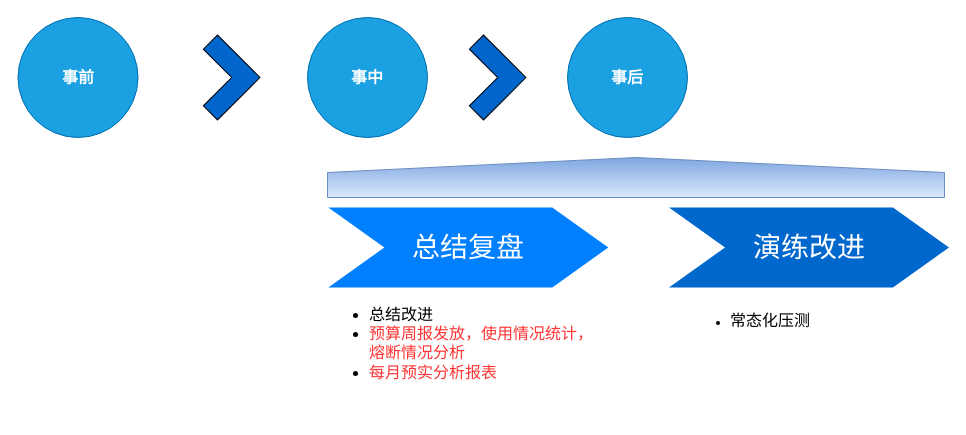
Above: page "Copy of Copy of Copy of Page-1" (4 of 8) of src/flow.drawio in zengcrvip/basedemo (draw.io), before the change. Source tidied: cells renumbered, new cells numbered last; positions are measured from the earlier drawing's top-left corner, leaving out a move shared by most shapes. Both pictures are drawn from the tidied source at 100%, with x=0, y=0 at pixel (17, 17).
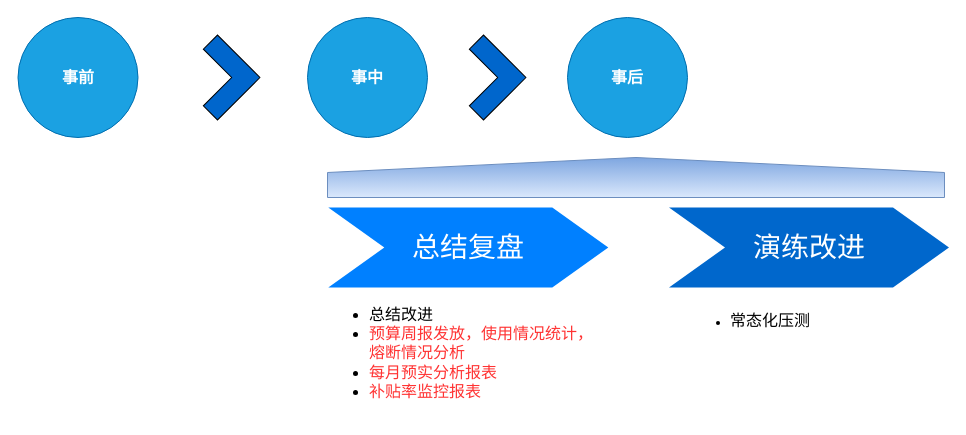
The same page after the edit.

Diff of the diagram source:
```diff
@@
 <mxGraphModel>
   <root>
     <mxCell id="0" />
     <mxCell id="1" parent="0" />
     <mxCell id="2" style="shape=offPageConnector;whiteSpace=wrap;html=1;fontSize=16;strokeWidth=1;rotation=-180;fillColor=#dae8fc;gradientColor=#7ea6e0;strokeColor=#6c8ebf;" parent="1" vertex="1">
       <mxGeometry x="310" y="140" width="617" height="40" as="geometry" />
     </mxCell>
     <mxCell id="3" value="&lt;b&gt;事前&lt;/b&gt;" style="ellipse;whiteSpace=wrap;html=1;fontSize=16;strokeWidth=1;fillColor=#1ba1e2;strokeColor=#006EAF;fontColor=#ffffff;" parent="1" vertex="1">
       <mxGeometry x="0.5" width="120" height="120" as="geometry" />
     </mxCell>
     <mxCell id="4" value="&lt;b&gt;事中&lt;/b&gt;" style="ellipse;whiteSpace=wrap;html=1;fontSize=16;strokeWidth=1;fillColor=#1ba1e2;strokeColor=#006EAF;fontColor=#ffffff;" parent="1" vertex="1">
       <mxGeometry x="290" width="120" height="120" as="geometry" />
     </mxCell>
     <mxCell id="5" value="&lt;b&gt;事后&lt;/b&gt;" style="ellipse;whiteSpace=wrap;html=1;fontSize=16;strokeWidth=1;fillColor=#1ba1e2;strokeColor=#006EAF;fontColor=#ffffff;" parent="1" vertex="1">
       <mxGeometry x="550" width="120" height="120" as="geometry" />
     </mxCell>
     <mxCell id="6" style="shape=corner;whiteSpace=wrap;html=1;fontSize=16;fontColor=#000000;strokeColor=default;strokeWidth=1;fillColor=#0066CC;rotation=135;" parent="1" vertex="1">
       <mxGeometry x="170" y="30" width="60" height="60" as="geometry" />
     </mxCell>
     <mxCell id="7" style="shape=corner;whiteSpace=wrap;html=1;fontSize=16;fontColor=#000000;strokeColor=default;strokeWidth=1;fillColor=#0066CC;rotation=135;" parent="1" vertex="1">
       <mxGeometry x="436" y="30" width="60" height="60" as="geometry" />
     </mxCell>
     <mxCell id="8" value="总结复盘" style="shape=step;whiteSpace=wrap;html=1;fontSize=28;fillColor=#0080FF;fontColor=#FFFFFF;strokeColor=none;" parent="1" vertex="1">
       <mxGeometry x="310.8" y="190" width="280" height="80" as="geometry" />
     </mxCell>
     <mxCell id="9" value="演练改进" style="shape=step;whiteSpace=wrap;html=1;fontSize=28;fillColor=#0067CC;fontColor=#FFFFFF;strokeColor=none;" parent="1" vertex="1">
       <mxGeometry x="651.5" y="190" width="280" height="80" as="geometry" />
     </mxCell>
-    <mxCell id="10" value="&lt;ul style=&quot;font-size: 16px&quot;&gt;&lt;li&gt;总结改进&lt;/li&gt;&lt;li&gt;&lt;font color=&quot;#ff3333&quot; style=&quot;font-size: 16px&quot;&gt;预算周报发放，使用情况统计，熔断情况分析&lt;/font&gt;&lt;/li&gt;&lt;li&gt;&lt;font color=&quot;#ff3333&quot; style=&quot;font-size: 16px&quot;&gt;每月预实分析报表&lt;/font&gt;&lt;/li&gt;&lt;/ul&gt;" style="text;spacingTop=-5;fillColor=#ffffff;whiteSpace=wrap;html=1;align=left;fontSize=12;fontFamily=Helvetica;fillColor=none;strokeColor=none;" parent="1" vertex="1">
+    <mxCell id="10" value="&lt;ul style=&quot;font-size: 16px&quot;&gt;&lt;li&gt;总结改进&lt;/li&gt;&lt;li&gt;&lt;font color=&quot;#ff3333&quot; style=&quot;font-size: 16px&quot;&gt;预算周报发放，使用情况统计，熔断情况分析&lt;/font&gt;&lt;/li&gt;&lt;li&gt;&lt;font color=&quot;#ff3333&quot; style=&quot;font-size: 16px&quot;&gt;每月预实分析报表&lt;/font&gt;&lt;/li&gt;&lt;li&gt;&lt;font color=&quot;#ff3333&quot; style=&quot;font-size: 16px&quot;&gt;补贴率监控报表&lt;/font&gt;&lt;/li&gt;&lt;/ul&gt;" style="text;spacingTop=-5;fillColor=#ffffff;whiteSpace=wrap;html=1;align=left;fontSize=12;fontFamily=Helvetica;fillColor=none;strokeColor=none;" parent="1" vertex="1">
       <mxGeometry x="310" y="270" width="280" height="120" as="geometry" />
     </mxCell>
     <mxCell id="11" value="&lt;ul&gt;&lt;li&gt;&lt;font style=&quot;font-size: 16px&quot;&gt;常态化压测&lt;/font&gt;&lt;/li&gt;&lt;/ul&gt;" style="text;spacingTop=-5;fillColor=#ffffff;whiteSpace=wrap;html=1;align=left;fontSize=12;fontFamily=Helvetica;fillColor=none;strokeColor=none;" parent="1" vertex="1">
       <mxGeometry x="671.2" y="280" width="249" height="120" as="geometry" />
     </mxCell>
   </root>
 </mxGraphModel>
```
